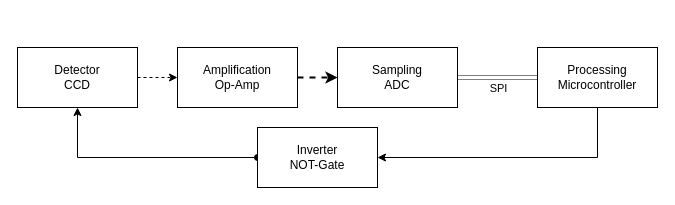
The draw.io diagram charts/electronics.drawio in sesimo/monorepo, before the edit. Source tidied: cells renumbered, new cells numbered last; positions are measured from the earlier drawing's top-left corner, leaving out a move shared by most shapes. Both pictures are drawn from the tidied source at 100%, with x=0, y=0 at pixel (17, 47).
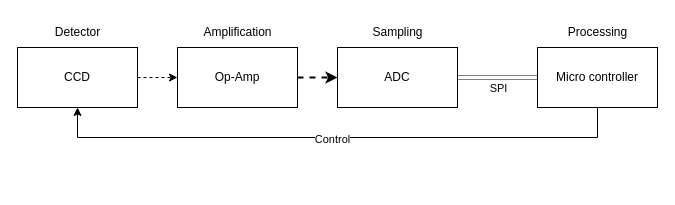
The same diagram, later.

The edit, as a diff of the source:
```diff
@@
 <mxGraphModel>
   <root>
     <mxCell id="0" />
     <mxCell id="1" parent="0" />
     <mxCell id="2" style="edgeStyle=orthogonalEdgeStyle;rounded=0;jettySize=auto;html=1;dashed=1;" parent="1" edge="1" source="3" target="5">
       <mxGeometry relative="1" as="geometry" />
     </mxCell>
-    <mxCell id="3" value="Detector&lt;div&gt;CCD&lt;/div&gt;" style="whiteSpace=wrap;html=1;" parent="1" vertex="1">
+    <mxCell id="3" value="&lt;div&gt;CCD&lt;/div&gt;" style="whiteSpace=wrap;html=1;" parent="1" vertex="1">
       <mxGeometry width="120" height="60" as="geometry" />
     </mxCell>
     <mxCell id="4" style="edgeStyle=orthogonalEdgeStyle;rounded=0;jettySize=auto;html=1;dashed=1;strokeWidth=2;" parent="1" edge="1" source="5" target="8">
       <mxGeometry relative="1" as="geometry" />
     </mxCell>
-    <mxCell id="5" value="Amplification&lt;div&gt;Op-Amp&lt;/div&gt;" style="whiteSpace=wrap;html=1;" parent="1" vertex="1">
+    <mxCell id="5" value="&lt;div&gt;Op-Amp&lt;/div&gt;" style="whiteSpace=wrap;html=1;" parent="1" vertex="1">
       <mxGeometry x="160" width="120" height="60" as="geometry" />
     </mxCell>
     <mxCell id="6" style="edgeStyle=orthogonalEdgeStyle;rounded=0;jettySize=auto;html=1;shape=link;dashed=1;dashPattern=1 1;" parent="1" edge="1" source="8" target="10">
       <mxGeometry relative="1" as="geometry" />
     </mxCell>
     <mxCell id="7" value="SPI" style="edgeLabel;html=1;align=center;verticalAlign=middle;" parent="6" vertex="1">
       <mxGeometry x="0.08" y="4" relative="1" as="geometry">
         <mxPoint x="-3" y="14" as="offset" />
       </mxGeometry>
     </mxCell>
-    <mxCell id="8" value="Sampling&lt;div&gt;ADC&lt;/div&gt;" style="whiteSpace=wrap;html=1;" parent="1" vertex="1">
+    <mxCell id="8" value="&lt;div&gt;ADC&lt;/div&gt;" style="whiteSpace=wrap;html=1;" parent="1" vertex="1">
       <mxGeometry x="320" width="120" height="60" as="geometry" />
     </mxCell>
-    <mxCell id="9" style="edgeStyle=orthogonalEdgeStyle;rounded=0;jettySize=auto;html=1;" parent="1" edge="1" source="10" target="12">
+    <mxCell id="9" style="edgeStyle=orthogonalEdgeStyle;rounded=0;jettySize=auto;html=1;entryX=0.5;entryY=1;entryDx=0;entryDy=0;" parent="1" edge="1" source="10" target="3">
       <mxGeometry relative="1" as="geometry">
         <Array as="points">
-          <mxPoint x="580" y="110" />
+          <mxPoint x="580" y="90" />
+          <mxPoint x="60" y="90" />
         </Array>
       </mxGeometry>
     </mxCell>
+    <mxCell id="13" value="Control" style="edgeLabel;html=1;align=center;verticalAlign=middle;" parent="9" vertex="1">
+      <mxGeometry x="0.02" y="1" relative="1" as="geometry" />
+    </mxCell>
-    <mxCell id="10" value="Processing&lt;div&gt;Microcontroller&lt;/div&gt;" style="whiteSpace=wrap;html=1;" parent="1" vertex="1">
+    <mxCell id="10" value="&lt;div&gt;Micro controller&lt;/div&gt;" style="whiteSpace=wrap;html=1;" parent="1" vertex="1">
       <mxGeometry x="520" width="120" height="60" as="geometry" />
     </mxCell>
-    <mxCell id="11" style="edgeStyle=orthogonalEdgeStyle;rounded=0;jettySize=auto;html=1;exitX=0;exitY=0.5;exitDx=0;exitDy=0;entryX=0.5;entryY=1;entryDx=0;entryDy=0;startArrow=oval;startFill=1;" parent="1" edge="1" source="12" target="3">
-      <mxGeometry relative="1" as="geometry" />
-    </mxCell>
-    <mxCell id="12" value="Inverter&lt;div&gt;NOT-Gate&lt;/div&gt;" style="whiteSpace=wrap;html=1;" parent="1" vertex="1">
-      <mxGeometry x="240" y="80" width="120" height="60" as="geometry" />
-    </mxCell>
+    <mxCell id="14" value="Detector" style="text;html=1;align=center;verticalAlign=middle;strokeColor=none;fillColor=none;" parent="1" vertex="1">
+      <mxGeometry x="25" y="-30" width="70" height="30" as="geometry" />
+    </mxCell>
+    <mxCell id="15" value="Amplification" style="text;html=1;align=center;verticalAlign=middle;strokeColor=none;fillColor=none;" parent="1" vertex="1">
+      <mxGeometry x="175" y="-30" width="90" height="30" as="geometry" />
+    </mxCell>
+    <mxCell id="16" value="Sampling" style="text;html=1;align=center;verticalAlign=middle;strokeColor=none;fillColor=none;" parent="1" vertex="1">
+      <mxGeometry x="345" y="-30" width="70" height="30" as="geometry" />
+    </mxCell>
+    <mxCell id="17" value="Processing" style="text;html=1;align=center;verticalAlign=middle;strokeColor=none;fillColor=none;" parent="1" vertex="1">
+      <mxGeometry x="540" y="-30" width="80" height="30" as="geometry" />
+    </mxCell>
   </root>
 </mxGraphModel>
```
